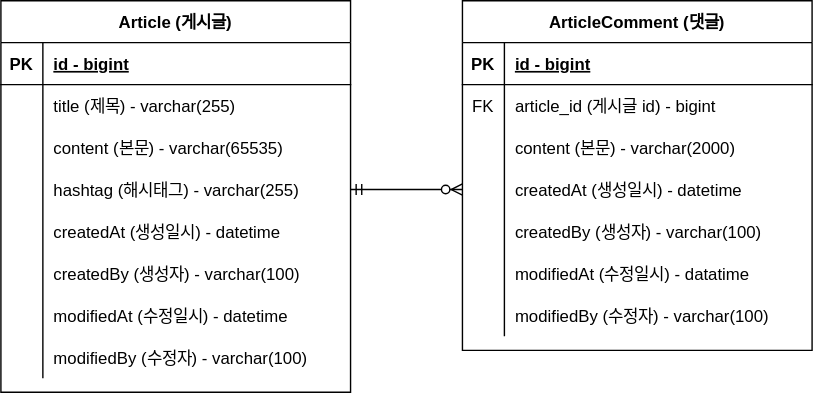
The draw.io diagram document/project-board-erd.svg in swoox2/fastcampus-project-board, before a commit. Source tidied: cells renumbered, new cells last; positions are measured from the earlier drawing's top-left corner, leaving out a move shared by most shapes.
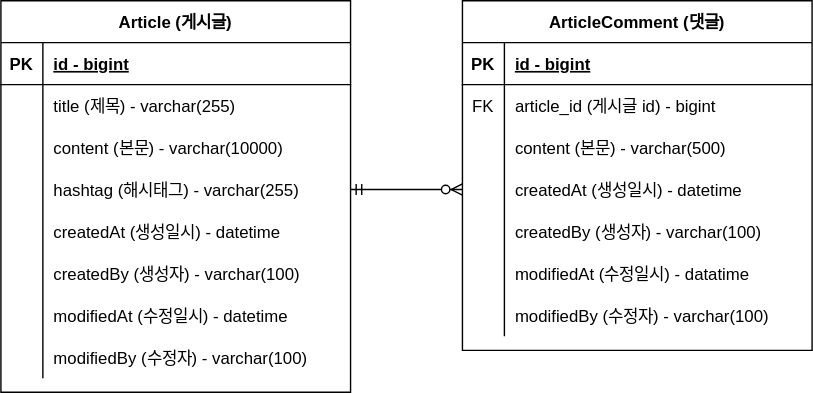
Later version of the same file.

Commit message:
#10 - erd 업데이트: content 사이즈 변경

Change to the diagram source:
```diff
@@ -29,7 +29,7 @@
     <mxCell id="10" style="shape=partialRectangle;overflow=hidden;fillColor=none;top=0;left=0;bottom=0;right=0;" parent="9" vertex="1">
       <mxGeometry width="30" height="30" as="geometry" />
     </mxCell>
-    <mxCell id="11" value="content (본문) - varchar(2000)" style="shape=partialRectangle;overflow=hidden;fillColor=none;top=0;left=0;bottom=0;right=0;align=left;spacingLeft=6;" parent="9" vertex="1">
+    <mxCell id="11" value="content (본문) - varchar(500)" style="shape=partialRectangle;overflow=hidden;fillColor=none;top=0;left=0;bottom=0;right=0;align=left;spacingLeft=6;" parent="9" vertex="1">
       <mxGeometry x="30" width="220" height="30" as="geometry" />
     </mxCell>
     <mxCell id="12" style="shape=partialRectangle;fillColor=none;points=[[0,0.5],[1,0.5]];portConstraint=eastwest;top=0;left=0;right=0;bottom=0;" parent="2" vertex="1">
@@ -95,7 +95,7 @@
     <mxCell id="32" style="shape=partialRectangle;overflow=hidden;fillColor=none;top=0;left=0;bottom=0;right=0;" parent="31" vertex="1">
       <mxGeometry width="30" height="30" as="geometry" />
     </mxCell>
-    <mxCell id="33" value="content (본문) - varchar(65535)" style="shape=partialRectangle;overflow=hidden;fillColor=none;top=0;left=0;bottom=0;right=0;align=left;spacingLeft=6;" parent="31" vertex="1">
+    <mxCell id="33" value="content (본문) - varchar(10000)" style="shape=partialRectangle;overflow=hidden;fillColor=none;top=0;left=0;bottom=0;right=0;align=left;spacingLeft=6;" parent="31" vertex="1">
       <mxGeometry x="30" width="220" height="30" as="geometry" />
     </mxCell>
     <mxCell id="34" style="shape=partialRectangle;fillColor=none;points=[[0,0.5],[1,0.5]];portConstraint=eastwest;top=0;left=0;right=0;bottom=0;" parent="24" vertex="1">
```
